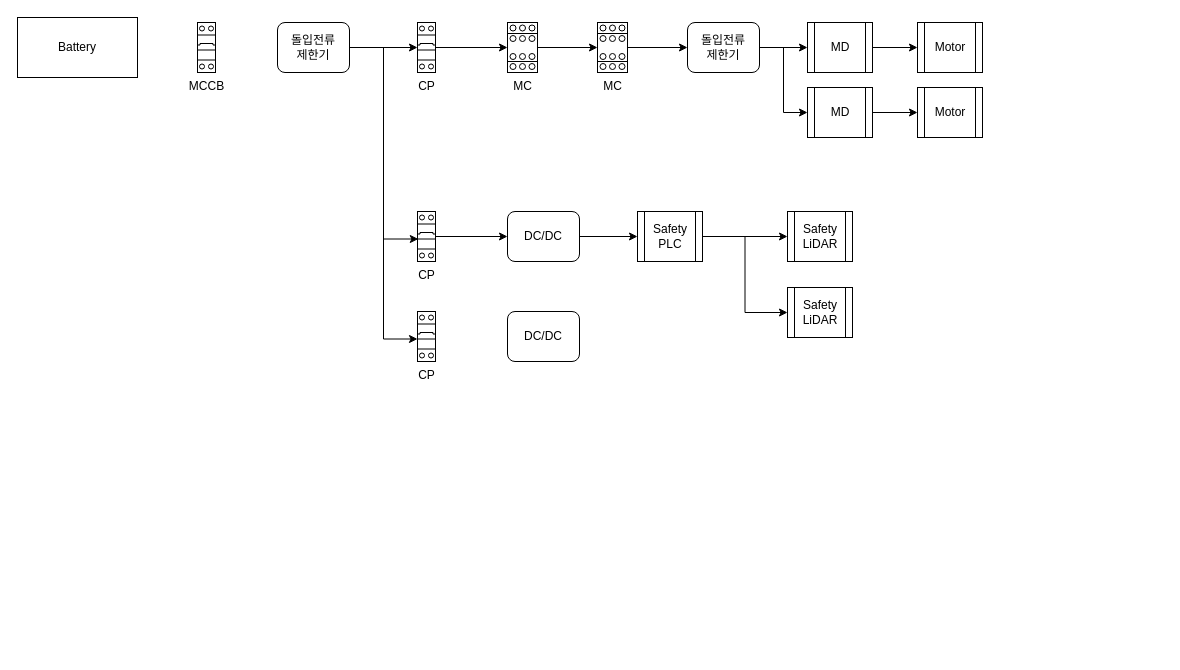
This is 제목 없는 다이어그램.drawio from DJKabigon/DrawIO_public, a draw.io file, before an edit. Source tidied: cells renumbered, new cells numbered last; positions are measured from the earlier drawing's top-left corner, leaving out a move shared by most shapes. Both pictures are drawn from the tidied source at 100%, with x=0, y=0 at pixel (17, 17).
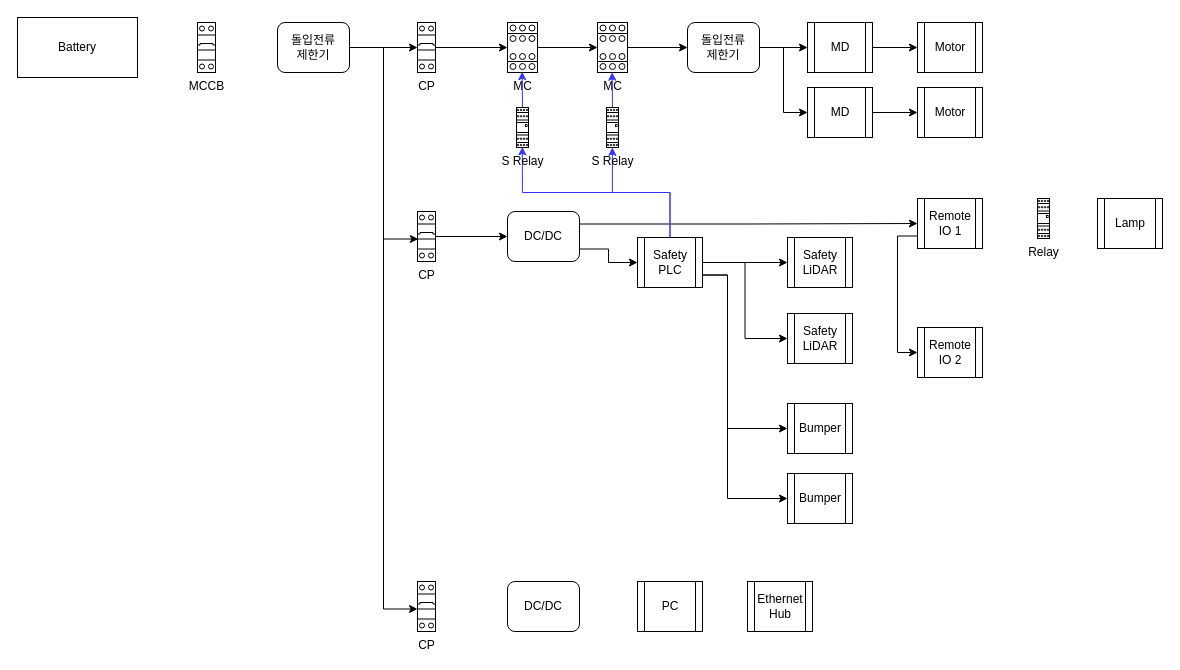
The same diagram, later.

Commit message (it also covers changes not shown here):
제목 없는 다이어그램.drawio 업데이트

The change refers to these unchanged cells:
```xml
<mxCell id="9" value="DC/DC" style="rounded=1;whiteSpace=wrap;html=1;" parent="1" vertex="1">
  <mxGeometry x="490" y="194" width="72" height="50" as="geometry" />
</mxCell>
<mxCell id="17" value="MC" style="verticalLabelPosition=bottom;dashed=0;shadow=0;html=1;align=center;verticalAlign=top;shape=mxgraph.cabinets.contactor_32_125a;" parent="1" vertex="1">
  <mxGeometry x="490" y="5" width="30" height="50" as="geometry" />
</mxCell>
<mxCell id="19" value="MC" style="verticalLabelPosition=bottom;dashed=0;shadow=0;html=1;align=center;verticalAlign=top;shape=mxgraph.cabinets.contactor_32_125a;" parent="1" vertex="1">
  <mxGeometry x="580" y="5" width="30" height="50" as="geometry" />
</mxCell>
```

What changed in the source:
```diff
@@
-    <mxCell id="8" style="edgeStyle=orthogonalEdgeStyle;rounded=0;jettySize=auto;html=1;" parent="1" edge="1" source="9" target="31">
+    <mxCell id="8" style="edgeStyle=orthogonalEdgeStyle;rounded=0;jettySize=auto;html=1;exitX=1;exitY=0.75;exitDx=0;exitDy=0;" parent="1" edge="1" source="9" target="31">
       <mxGeometry relative="1" as="geometry" />
     </mxCell>
+    <mxCell id="34" style="edgeStyle=orthogonalEdgeStyle;rounded=0;jettySize=auto;html=1;exitX=1;exitY=0.25;exitDx=0;exitDy=0;entryX=0;entryY=0.5;entryDx=0;entryDy=0;" parent="1" edge="1" source="9" target="42">
+      <mxGeometry relative="1" as="geometry" />
+    </mxCell>
@@
     <mxCell id="12" value="DC/DC" style="rounded=1;whiteSpace=wrap;html=1;" parent="1" vertex="1">
-      <mxGeometry x="490" y="294" width="72" height="50" as="geometry" />
+      <mxGeometry x="490" y="564" width="72" height="50" as="geometry" />
     </mxCell>
     <mxCell id="13" value="CP" style="verticalLabelPosition=bottom;dashed=0;shadow=0;html=1;align=center;verticalAlign=top;shape=mxgraph.cabinets.cb_2p;" parent="1" vertex="1">
-      <mxGeometry x="400" y="294" width="18" height="50" as="geometry" />
+      <mxGeometry x="400" y="564" width="18" height="50" as="geometry" />
     </mxCell>
@@
+    <mxCell id="35" style="edgeStyle=orthogonalEdgeStyle;rounded=0;jettySize=auto;html=1;exitX=1;exitY=0.75;exitDx=0;exitDy=0;entryX=0;entryY=0.5;entryDx=0;entryDy=0;" parent="1" edge="1" source="31" target="39">
+      <mxGeometry relative="1" as="geometry">
+        <Array as="points">
+          <mxPoint x="710" y="258" />
+          <mxPoint x="710" y="411" />
+        </Array>
+      </mxGeometry>
+    </mxCell>
+    <mxCell id="36" style="edgeStyle=orthogonalEdgeStyle;rounded=0;jettySize=auto;html=1;exitX=1;exitY=0.75;exitDx=0;exitDy=0;entryX=0;entryY=0.5;entryDx=0;entryDy=0;" parent="1" edge="1" source="31" target="40">
+      <mxGeometry relative="1" as="geometry">
+        <Array as="points">
+          <mxPoint x="710" y="258" />
+          <mxPoint x="710" y="481" />
+        </Array>
+      </mxGeometry>
+    </mxCell>
     <mxCell id="31" value="Safety&lt;br&gt;PLC" style="shape=process;whiteSpace=wrap;html=1;backgroundOutline=1;" parent="1" vertex="1">
-      <mxGeometry x="620" y="194" width="65" height="50" as="geometry" />
+      <mxGeometry x="620" y="220" width="65" height="50" as="geometry" />
     </mxCell>
     <mxCell id="32" value="Safety&lt;br&gt;LiDAR" style="shape=process;whiteSpace=wrap;html=1;backgroundOutline=1;" parent="1" vertex="1">
-      <mxGeometry x="770" y="194" width="65" height="50" as="geometry" />
+      <mxGeometry x="770" y="220" width="65" height="50" as="geometry" />
     </mxCell>
     <mxCell id="33" value="Safety&lt;br&gt;LiDAR" style="shape=process;whiteSpace=wrap;html=1;backgroundOutline=1;" parent="1" vertex="1">
-      <mxGeometry x="770" y="270" width="65" height="50" as="geometry" />
+      <mxGeometry x="770" y="296" width="65" height="50" as="geometry" />
     </mxCell>
+    <mxCell id="37" style="edgeStyle=orthogonalEdgeStyle;rounded=0;jettySize=auto;html=1;exitX=0.5;exitY=0;exitDx=0;exitDy=0;entryX=0.489;entryY=0.996;entryDx=0;entryDy=0;entryPerimeter=0;strokeColor=#3333FF;" parent="1" edge="1" source="47" target="19">
+      <mxGeometry relative="1" as="geometry" />
+    </mxCell>
+    <mxCell id="38" style="edgeStyle=orthogonalEdgeStyle;rounded=0;jettySize=auto;html=1;exitX=0.5;exitY=0;exitDx=0;exitDy=0;entryX=0.489;entryY=0.984;entryDx=0;entryDy=0;entryPerimeter=0;strokeColor=#3333FF;" parent="1" edge="1" source="49" target="17">
+      <mxGeometry relative="1" as="geometry" />
+    </mxCell>
+    <mxCell id="39" value="Bumper" style="shape=process;whiteSpace=wrap;html=1;backgroundOutline=1;" parent="1" vertex="1">
+      <mxGeometry x="770" y="386" width="65" height="50" as="geometry" />
+    </mxCell>
+    <mxCell id="40" value="Bumper" style="shape=process;whiteSpace=wrap;html=1;backgroundOutline=1;" parent="1" vertex="1">
+      <mxGeometry x="770" y="456" width="65" height="50" as="geometry" />
+    </mxCell>
+    <mxCell id="41" style="edgeStyle=orthogonalEdgeStyle;rounded=0;jettySize=auto;html=1;exitX=0;exitY=0.75;exitDx=0;exitDy=0;entryX=0;entryY=0.5;entryDx=0;entryDy=0;" parent="1" edge="1" source="42" target="43">
+      <mxGeometry relative="1" as="geometry" />
+    </mxCell>
+    <mxCell id="42" value="Remote&lt;div&gt;IO 1&lt;/div&gt;" style="shape=process;whiteSpace=wrap;html=1;backgroundOutline=1;" parent="1" vertex="1">
+      <mxGeometry x="900" y="181" width="65" height="50" as="geometry" />
+    </mxCell>
+    <mxCell id="43" value="Remote&lt;div&gt;IO 2&lt;/div&gt;" style="shape=process;whiteSpace=wrap;html=1;backgroundOutline=1;" parent="1" vertex="1">
+      <mxGeometry x="900" y="310" width="65" height="50" as="geometry" />
+    </mxCell>
+    <mxCell id="44" value="PC" style="shape=process;whiteSpace=wrap;html=1;backgroundOutline=1;" parent="1" vertex="1">
+      <mxGeometry x="620" y="564" width="65" height="50" as="geometry" />
+    </mxCell>
+    <mxCell id="45" value="Ethernet&lt;div&gt;Hub&lt;/div&gt;" style="shape=process;whiteSpace=wrap;html=1;backgroundOutline=1;" parent="1" vertex="1">
+      <mxGeometry x="730" y="564" width="65" height="50" as="geometry" />
+    </mxCell>
+    <mxCell id="46" style="edgeStyle=orthogonalEdgeStyle;rounded=0;jettySize=auto;html=1;exitX=0.5;exitY=0;exitDx=0;exitDy=0;entryX=0.489;entryY=0.996;entryDx=0;entryDy=0;entryPerimeter=0;strokeColor=#3333FF;" parent="1" edge="1" source="31" target="47">
+      <mxGeometry relative="1" as="geometry" />
+    </mxCell>
+    <mxCell id="47" value="S Relay" style="verticalLabelPosition=bottom;dashed=0;shadow=0;html=1;align=center;verticalAlign=top;shape=mxgraph.cabinets.plugin_relay_2;" parent="1" vertex="1">
+      <mxGeometry x="589" y="90" width="12" height="40" as="geometry" />
+    </mxCell>
+    <mxCell id="48" style="edgeStyle=orthogonalEdgeStyle;rounded=0;jettySize=auto;html=1;exitX=0.5;exitY=0;exitDx=0;exitDy=0;entryX=0.489;entryY=0.984;entryDx=0;entryDy=0;entryPerimeter=0;strokeColor=#3333FF;" parent="1" edge="1" source="31" target="49">
+      <mxGeometry relative="1" as="geometry" />
+    </mxCell>
+    <mxCell id="49" value="S Relay" style="verticalLabelPosition=bottom;dashed=0;shadow=0;html=1;align=center;verticalAlign=top;shape=mxgraph.cabinets.plugin_relay_2;" parent="1" vertex="1">
+      <mxGeometry x="499" y="90" width="12" height="40" as="geometry" />
+    </mxCell>
+    <mxCell id="50" value="Lamp" style="shape=process;whiteSpace=wrap;html=1;backgroundOutline=1;" parent="1" vertex="1">
+      <mxGeometry x="1080" y="181" width="65" height="50" as="geometry" />
+    </mxCell>
+    <mxCell id="51" value="Relay" style="verticalLabelPosition=bottom;dashed=0;shadow=0;html=1;align=center;verticalAlign=top;shape=mxgraph.cabinets.plugin_relay_2;" parent="1" vertex="1">
+      <mxGeometry x="1020" y="181" width="12" height="40" as="geometry" />
+    </mxCell>
```
